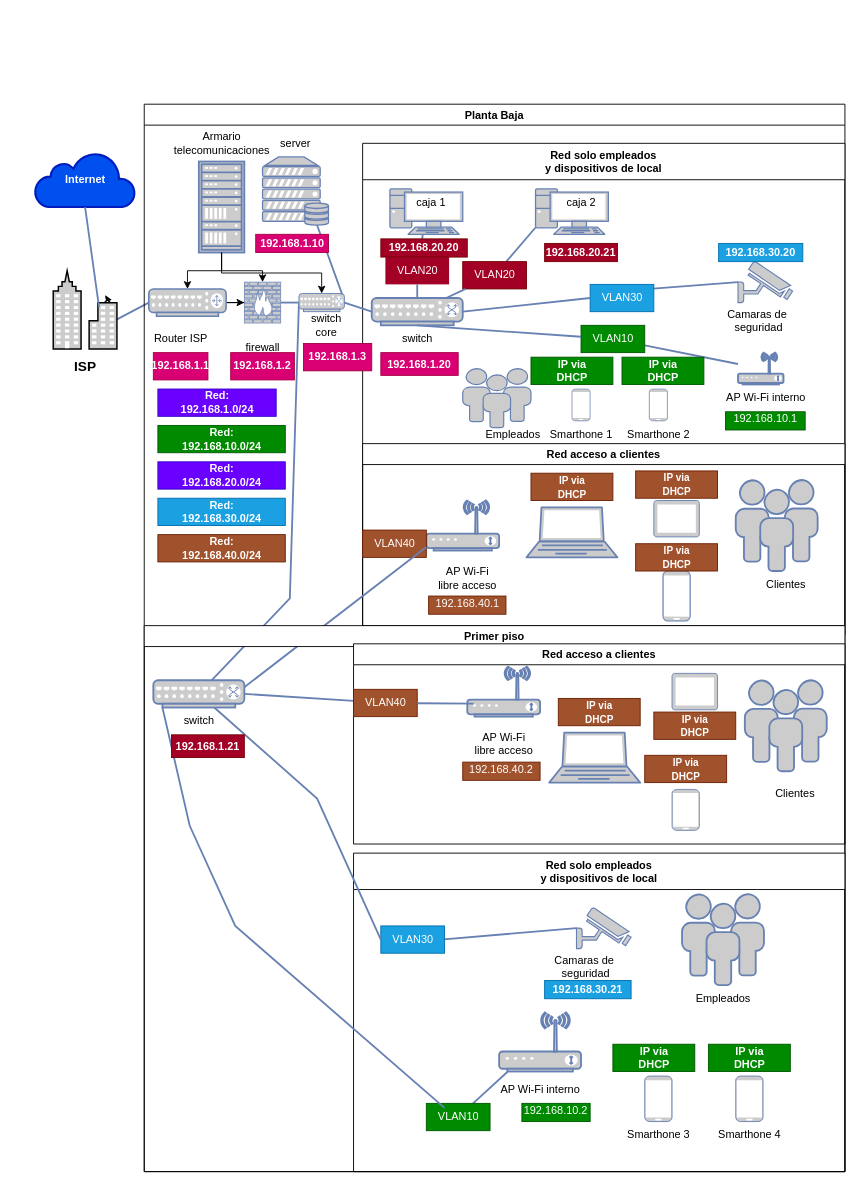
monick96/diagramasVarios keeps this draw.io diagram as diagramaActividad/Diagrama-red5-Melgarejo.drawio. Above is the earlier version. Source tidied: cells renumbered, new cells numbered last; positions are measured from the earlier drawing's top-left corner, leaving out a move shared by most shapes. Both pictures are drawn from the tidied source at 91%, with x=0, y=0 at pixel (35, 104).
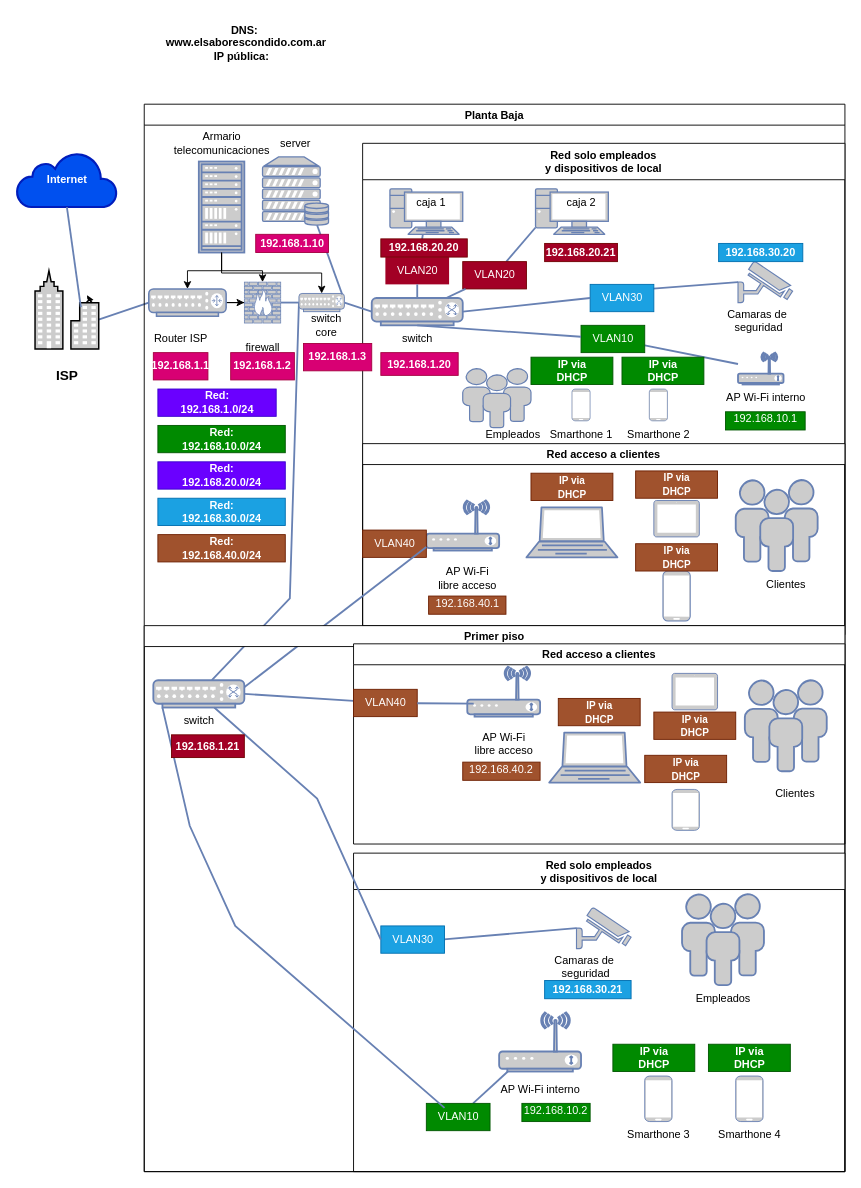
After the change.

Change to the diagram source:
```diff
@@
     <mxCell id="3" style="fontColor=#0066CC;verticalAlign=top;verticalLabelPosition=bottom;labelPosition=center;align=center;html=1;fillColor=#CCCCCC;strokeColor=#000000;gradientColor=none;gradientDirection=north;strokeWidth=2;shape=mxgraph.networks.business_center;rounded=1;shadow=0;comic=0;labelBackgroundColor=none;" parent="1" vertex="1">
-      <mxGeometry x="20" y="183" width="70" height="86" as="geometry" />
+      <mxGeometry y="183" width="70" height="86" as="geometry" />
     </mxCell>
     <mxCell id="4" value="&lt;b&gt;Internet&lt;/b&gt;" style="html=1;outlineConnect=0;fillColor=#0050ef;strokeColor=#001DBC;gradientDirection=north;strokeWidth=2;shape=mxgraph.networks.cloud;fontColor=#ffffff;" parent="1" vertex="1">
-      <mxGeometry y="53" width="110" height="60" as="geometry" />
+      <mxGeometry x="-20" y="53" width="110" height="60" as="geometry" />
     </mxCell>
     <mxCell id="5" value="&lt;b&gt;ISP&lt;/b&gt;" style="text;html=1;align=center;verticalAlign=middle;strokeColor=none;fillColor=none;fontSize=15;" parent="1" vertex="1">
-      <mxGeometry x="30" y="273" width="50" height="30" as="geometry" />
+      <mxGeometry x="10" y="283" width="50" height="30" as="geometry" />
     </mxCell>
@@
-    <mxCell id="126" style="edgeStyle=none;rounded=0;html=1;labelBackgroundColor=none;endArrow=none;strokeColor=#6881B3;strokeWidth=2;fontFamily=Verdana;fontSize=28;fontColor=#0066CC;exitX=0.5;exitY=1;exitDx=0;exitDy=0;exitPerimeter=0;entryX=0.719;entryY=0.466;entryDx=0;entryDy=0;entryPerimeter=0;" parent="1" edge="1" source="4" target="3">
-      <mxGeometry relative="1" as="geometry" />
+    <mxCell id="126" style="edgeStyle=none;rounded=0;html=1;labelBackgroundColor=none;endArrow=none;strokeColor=#6881B3;strokeWidth=2;fontFamily=Verdana;fontSize=28;fontColor=#0066CC;exitX=0.5;exitY=1;exitDx=0;exitDy=0;exitPerimeter=0;entryX=0.719;entryY=0.466;entryDx=0;entryDy=0;entryPerimeter=0;" parent="1" edge="1" target="3">
+      <mxGeometry relative="1" as="geometry">
+        <mxPoint x="35" y="113" as="sourcePoint" />
+      </mxGeometry>
     </mxCell>
+    <mxCell id="127" value="&lt;b&gt;DNS:&lt;br&gt;&amp;nbsp;www.elsaborescondido.com.ar&lt;br&gt;IP pública:&amp;nbsp;&amp;nbsp;&lt;/b&gt;" style="text;html=1;align=center;verticalAlign=middle;strokeColor=none;fillColor=none;" parent="1" vertex="1">
+      <mxGeometry x="130" y="-97" width="200" height="60" as="geometry" />
+    </mxCell>
```
